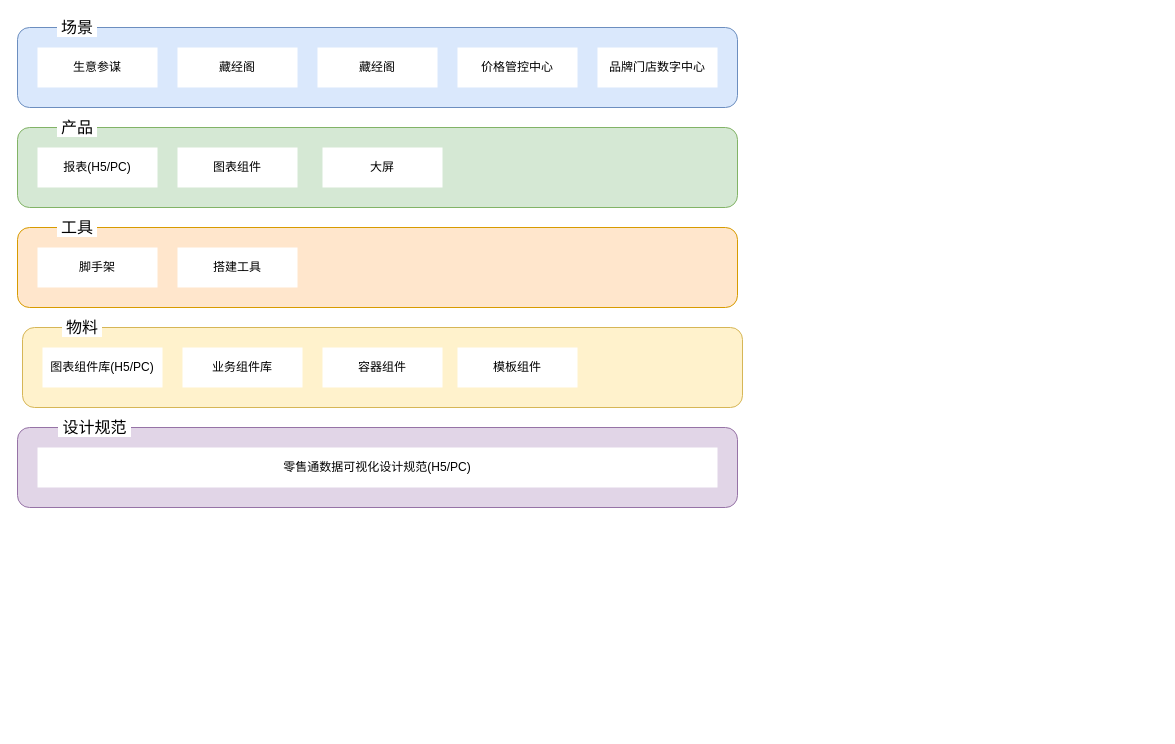
Earlier version of the draw.io diagram LST可视化开发方案.drawio (zzuwzj/draw). Source tidied: cells renumbered, new cells numbered last; positions are measured from the earlier drawing's top-left corner, leaving out a move shared by most shapes. Both pictures are drawn from the tidied source at 100%, with x=0, y=0 at pixel (17, 17).
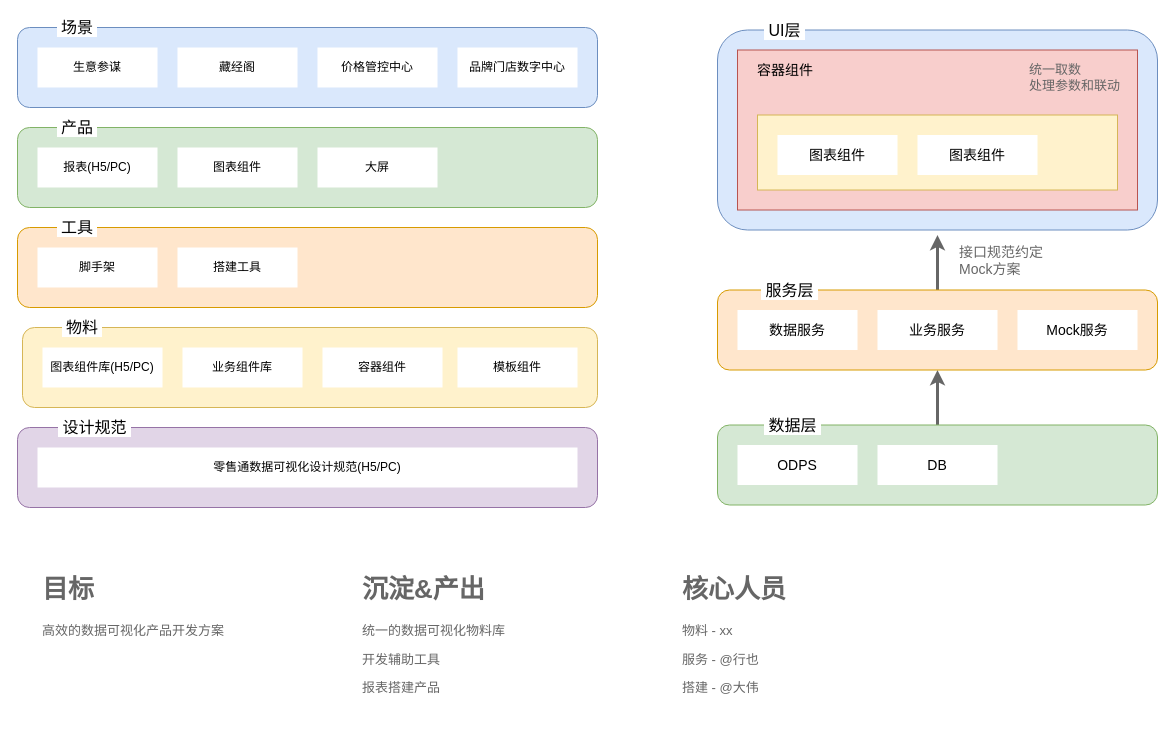
The same diagram, later.

Commit message (it also covers changes not shown here):
Update LST可视化开发方案.drawio

Diff of the diagram source:
```diff
@@
+    <mxCell id="27" style="rounded=1;whiteSpace=wrap;html=1;labelBackgroundColor=#ffffff;fontSize=14;align=left;fillColor=#dae8fc;strokeColor=#6c8ebf;" parent="1" vertex="1">
+      <mxGeometry x="700" y="12.5" width="440" height="200" as="geometry" />
+    </mxCell>
+    <mxCell id="28" style="edgeStyle=orthogonalEdgeStyle;rounded=0;jettySize=auto;html=1;fontSize=16;entryX=0.5;entryY=1;entryDx=0;entryDy=0;fontColor=#666666;strokeWidth=3;strokeColor=#666666;" parent="1" edge="1" source="29" target="31">
+      <mxGeometry relative="1" as="geometry" />
+    </mxCell>
+    <mxCell id="29" style="rounded=1;whiteSpace=wrap;html=1;labelBackgroundColor=#ffffff;fontSize=14;align=left;fillColor=#d5e8d4;strokeColor=#82b366;" parent="1" vertex="1">
+      <mxGeometry x="700" y="407.5" width="440" height="80" as="geometry" />
+    </mxCell>
+    <mxCell id="30" style="edgeStyle=orthogonalEdgeStyle;rounded=0;jettySize=auto;html=1;fontSize=16;fontColor=#666666;strokeWidth=3;strokeColor=#666666;" parent="1" edge="1" source="31">
+      <mxGeometry relative="1" as="geometry">
+        <mxPoint x="920" y="217.5" as="targetPoint" />
+      </mxGeometry>
+    </mxCell>
+    <mxCell id="31" style="rounded=1;whiteSpace=wrap;html=1;labelBackgroundColor=#ffffff;fontSize=14;align=left;fillColor=#ffe6cc;strokeColor=#d79b00;" parent="1" vertex="1">
+      <mxGeometry x="700" y="272.5" width="440" height="80" as="geometry" />
+    </mxCell>
     <mxCell id="2" style="rounded=1;whiteSpace=wrap;html=1;fillColor=#e1d5e7;strokeColor=#9673a6;" parent="1" vertex="1">
-      <mxGeometry y="410" width="720" height="80" as="geometry" />
+      <mxGeometry y="410" width="580" height="80" as="geometry" />
     </mxCell>
     <mxCell id="3" style="rounded=1;whiteSpace=wrap;html=1;fillColor=#ffe6cc;strokeColor=#d79b00;" parent="1" vertex="1">
-      <mxGeometry y="210" width="720" height="80" as="geometry" />
+      <mxGeometry y="210" width="580" height="80" as="geometry" />
     </mxCell>
     <mxCell id="4" style="rounded=1;whiteSpace=wrap;html=1;fillColor=#d5e8d4;strokeColor=#82b366;" parent="1" vertex="1">
-      <mxGeometry y="110" width="720" height="80" as="geometry" />
+      <mxGeometry y="110" width="580" height="80" as="geometry" />
     </mxCell>
@@
     <mxCell id="6" style="rounded=1;whiteSpace=wrap;html=1;fillColor=#dae8fc;strokeColor=#6c8ebf;" parent="1" vertex="1">
-      <mxGeometry y="10" width="720" height="80" as="geometry" />
+      <mxGeometry y="10" width="580" height="80" as="geometry" />
     </mxCell>
@@
-    <mxCell id="9" value="藏经阁" style="rounded=0;whiteSpace=wrap;html=1;strokeColor=none;" parent="1" vertex="1">
-      <mxGeometry x="300" y="30" width="120" height="40" as="geometry" />
-    </mxCell>
     <mxCell id="10" value="价格管控中心" style="rounded=0;whiteSpace=wrap;html=1;strokeColor=none;" parent="1" vertex="1">
-      <mxGeometry x="440" y="30" width="120" height="40" as="geometry" />
+      <mxGeometry x="300" y="30" width="120" height="40" as="geometry" />
     </mxCell>
     <mxCell id="11" value="品牌门店数字中心" style="rounded=0;whiteSpace=wrap;html=1;strokeColor=none;" parent="1" vertex="1">
-      <mxGeometry x="580" y="30" width="120" height="40" as="geometry" />
+      <mxGeometry x="440" y="30" width="120" height="40" as="geometry" />
     </mxCell>
@@
     <mxCell id="14" value="零售通数据可视化设计规范(H5/PC)" style="rounded=0;whiteSpace=wrap;html=1;strokeColor=none;" parent="1" vertex="1">
-      <mxGeometry x="20" y="430" width="680" height="40" as="geometry" />
+      <mxGeometry x="20" y="430" width="540" height="40" as="geometry" />
     </mxCell>
@@
     <mxCell id="19" style="rounded=1;whiteSpace=wrap;html=1;fillColor=#fff2cc;strokeColor=#d6b656;" parent="1" vertex="1">
-      <mxGeometry x="5" y="310" width="720" height="80" as="geometry" />
+      <mxGeometry x="5" y="310" width="575" height="80" as="geometry" />
     </mxCell>
@@
     <mxCell id="26" value="大屏" style="rounded=0;whiteSpace=wrap;html=1;strokeColor=none;" parent="1" vertex="1">
-      <mxGeometry x="305" y="130" width="120" height="40" as="geometry" />
+      <mxGeometry x="300" y="130" width="120" height="40" as="geometry" />
     </mxCell>
+    <mxCell id="32" value="ODPS" style="rounded=0;whiteSpace=wrap;html=1;labelBackgroundColor=#ffffff;fontSize=14;strokeColor=none;" parent="1" vertex="1">
+      <mxGeometry x="720" y="427.5" width="120" height="40" as="geometry" />
+    </mxCell>
+    <mxCell id="33" value="DB" style="rounded=0;whiteSpace=wrap;html=1;labelBackgroundColor=#ffffff;fontSize=14;strokeColor=none;" parent="1" vertex="1">
+      <mxGeometry x="860" y="427.5" width="120" height="40" as="geometry" />
+    </mxCell>
+    <mxCell id="34" value="业务服务" style="rounded=0;whiteSpace=wrap;html=1;labelBackgroundColor=#ffffff;fontSize=14;strokeColor=none;" parent="1" vertex="1">
+      <mxGeometry x="860" y="292.5" width="120" height="40" as="geometry" />
+    </mxCell>
+    <mxCell id="35" value="数据服务" style="rounded=0;whiteSpace=wrap;html=1;labelBackgroundColor=#ffffff;fontSize=14;strokeColor=none;" parent="1" vertex="1">
+      <mxGeometry x="720" y="292.5" width="120" height="40" as="geometry" />
+    </mxCell>
+    <mxCell id="36" style="rounded=0;whiteSpace=wrap;html=1;labelBackgroundColor=#ffffff;fontSize=14;fillColor=#f8cecc;strokeColor=#b85450;" parent="1" vertex="1">
+      <mxGeometry x="720" y="32.5" width="400" height="160" as="geometry" />
+    </mxCell>
+    <mxCell id="37" style="rounded=0;whiteSpace=wrap;html=1;labelBackgroundColor=#ffffff;fontSize=14;fillColor=#fff2cc;strokeColor=#d6b656;" parent="1" vertex="1">
+      <mxGeometry x="740" y="97.5" width="360" height="75" as="geometry" />
+    </mxCell>
+    <mxCell id="38" value="容器组件" style="text;html=1;strokeColor=none;fillColor=none;align=center;verticalAlign=middle;whiteSpace=wrap;rounded=0;labelBackgroundColor=none;fontSize=14;" parent="1" vertex="1">
+      <mxGeometry x="732.5" y="42.5" width="70" height="20" as="geometry" />
+    </mxCell>
+    <mxCell id="39" value="统一取数&lt;br style=&quot;font-size: 13px;&quot;&gt;处理参数和联动&lt;br style=&quot;font-size: 13px;&quot;&gt;" style="text;html=1;strokeColor=none;fillColor=none;align=left;verticalAlign=middle;whiteSpace=wrap;rounded=0;labelBackgroundColor=none;fontSize=13;spacingTop=0;fontColor=#666666;" parent="1" vertex="1">
+      <mxGeometry x="1010" y="42.5" width="100" height="35" as="geometry" />
+    </mxCell>
+    <mxCell id="40" value="Mock服务" style="rounded=0;whiteSpace=wrap;html=1;labelBackgroundColor=#ffffff;fontSize=14;strokeColor=none;" parent="1" vertex="1">
+      <mxGeometry x="1000" y="292.5" width="120" height="40" as="geometry" />
+    </mxCell>
+    <mxCell id="41" value="图表组件" style="rounded=0;whiteSpace=wrap;html=1;labelBackgroundColor=#ffffff;fontSize=14;strokeColor=none;" parent="1" vertex="1">
+      <mxGeometry x="760" y="117.5" width="120" height="40" as="geometry" />
+    </mxCell>
+    <mxCell id="42" value="图表组件" style="rounded=0;whiteSpace=wrap;html=1;labelBackgroundColor=#ffffff;fontSize=14;strokeColor=none;" parent="1" vertex="1">
+      <mxGeometry x="900" y="117.5" width="120" height="40" as="geometry" />
+    </mxCell>
+    <mxCell id="43" value="接口规范约定&lt;br&gt;Mock方案&lt;br&gt;" style="text;html=1;strokeColor=none;fillColor=none;align=left;verticalAlign=middle;whiteSpace=wrap;rounded=0;labelBackgroundColor=#ffffff;fontSize=14;fontColor=#666666;" parent="1" vertex="1">
+      <mxGeometry x="940" y="227.5" width="120" height="30" as="geometry" />
+    </mxCell>
+    <mxCell id="44" value="&amp;nbsp;UI层&amp;nbsp;" style="text;html=1;strokeColor=none;fillColor=none;align=center;verticalAlign=middle;whiteSpace=wrap;rounded=0;labelBackgroundColor=#ffffff;fontSize=16;" parent="1" vertex="1">
+      <mxGeometry x="735" y="2.5" width="65" height="20" as="geometry" />
+    </mxCell>
+    <mxCell id="45" value="&amp;nbsp;服务层&amp;nbsp;" style="text;html=1;strokeColor=none;fillColor=none;align=center;verticalAlign=middle;whiteSpace=wrap;rounded=0;labelBackgroundColor=#ffffff;fontSize=16;" parent="1" vertex="1">
+      <mxGeometry x="740" y="262.5" width="65" height="20" as="geometry" />
+    </mxCell>
+    <mxCell id="46" value="&amp;nbsp;数据层&amp;nbsp;" style="text;html=1;strokeColor=none;fillColor=none;align=center;verticalAlign=middle;whiteSpace=wrap;rounded=0;labelBackgroundColor=#ffffff;fontSize=16;" parent="1" vertex="1">
+      <mxGeometry x="742.5" y="397.5" width="65" height="20" as="geometry" />
+    </mxCell>
+    <mxCell id="47" value="&lt;h1&gt;沉淀&amp;amp;产出&lt;/h1&gt;&lt;p&gt;统一的数据可视化物料库&lt;/p&gt;&lt;p&gt;开发辅助工具&lt;/p&gt;&lt;p&gt;报表搭建产品&lt;/p&gt;" style="text;html=1;strokeColor=none;fillColor=none;spacing=5;spacingTop=-20;whiteSpace=wrap;overflow=hidden;rounded=0;labelBackgroundColor=none;fontSize=13;fontColor=#666666;align=left;" parent="1" vertex="1">
+      <mxGeometry x="340" y="550" width="190" height="160" as="geometry" />
+    </mxCell>
+    <mxCell id="48" value="&lt;h1&gt;核心人员&lt;/h1&gt;&lt;p&gt;物料 - xx&lt;/p&gt;&lt;p&gt;服务 - @行也&lt;/p&gt;&lt;p&gt;搭建 - @大伟&lt;/p&gt;" style="text;html=1;strokeColor=none;fillColor=none;spacing=5;spacingTop=-20;whiteSpace=wrap;overflow=hidden;rounded=0;labelBackgroundColor=none;fontSize=13;fontColor=#666666;align=left;" parent="1" vertex="1">
+      <mxGeometry x="660" y="550" width="190" height="160" as="geometry" />
+    </mxCell>
+    <mxCell id="49" value="&lt;h1&gt;目标&lt;/h1&gt;&lt;p&gt;高效的数据可视化产品开发方案&lt;/p&gt;" style="text;html=1;strokeColor=none;fillColor=none;spacing=5;spacingTop=-20;whiteSpace=wrap;overflow=hidden;rounded=0;labelBackgroundColor=none;fontSize=13;fontColor=#666666;align=left;" parent="1" vertex="1">
+      <mxGeometry x="20" y="550" width="200" height="160" as="geometry" />
+    </mxCell>
```
